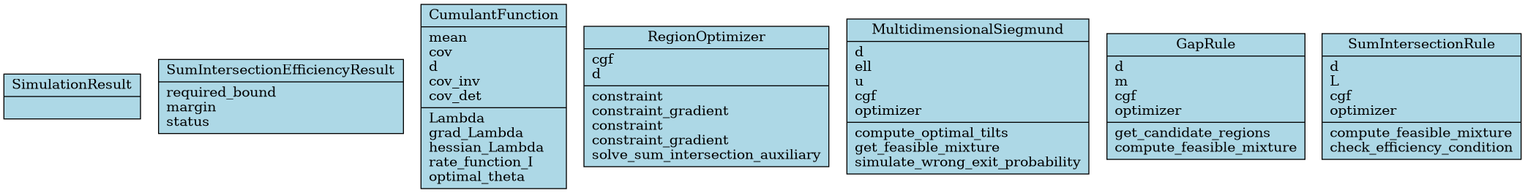
This is docs/architecture/class-diagram.png from DiogoRibeiro7/efficient-importance-sampling, a Mermaid export, as it was before one commit. Its source is kept beside it as docs/architecture/class-diagram.mmd.
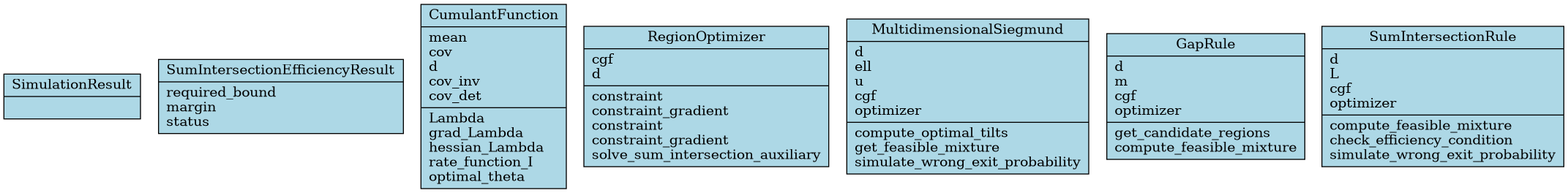
The same file after the commit.

Commit message:
docs: Update architecture diagrams [skip ci]

Diff of the diagram source:
```diff
@@ -62,4 +62,5 @@
     +optimizer
     +compute_feasible_mixture()
     +check_efficiency_condition()
+    +simulate_wrong_exit_probability()
   }
```
